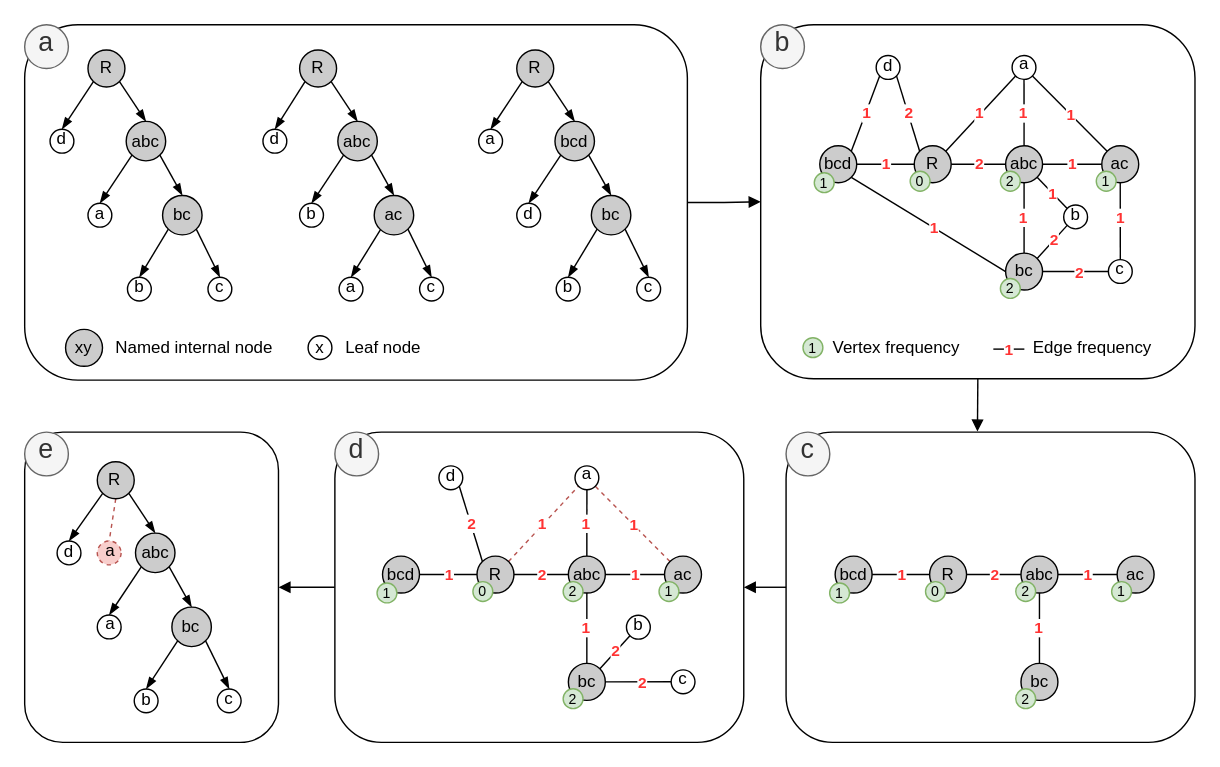
Before: img/Fig_Illustration.drawio in tahiri-lab/PrismTree, a draw.io diagram. Source tidied: cells renumbered, new cells numbered last; positions are measured from the earlier drawing's top-left corner, leaving out a move shared by most shapes. Both pictures are drawn from the tidied source at 141%, with x=0, y=0 at pixel (24, 24).
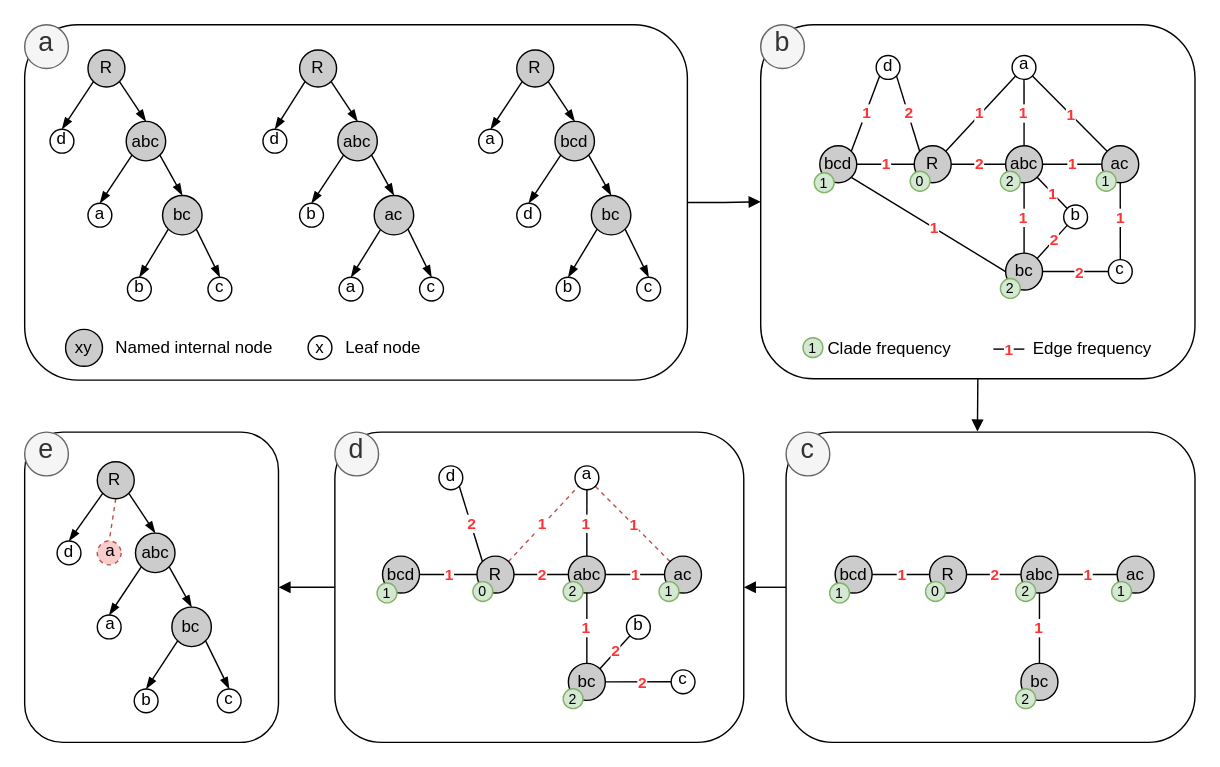
Above is the later version.

Commit message:
Replace vertex freq with clade freq

What changed in the source:
```diff
@@
     <mxCell id="68" value="Edge frequency" style="text;html=1;align=center;verticalAlign=middle;strokeColor=none;fillColor=none;" parent="1" vertex="1">
-      <mxGeometry x="706.1" y="216.1" width="102" height="26" as="geometry" />
+      <mxGeometry x="706.1" y="217.1" width="102" height="26" as="geometry" />
     </mxCell>
-    <mxCell id="69" value="Vertex frequency" style="text;html=1;align=center;verticalAlign=middle;strokeColor=none;fillColor=none;" parent="1" vertex="1">
-      <mxGeometry x="563.9" y="216.1" width="108" height="26" as="geometry" />
+    <mxCell id="69" value="Clade frequency" style="text;html=1;align=center;verticalAlign=middle;strokeColor=none;fillColor=none;" parent="1" vertex="1">
+      <mxGeometry x="560.9" y="217.1" width="105" height="26" as="geometry" />
     </mxCell>
```
